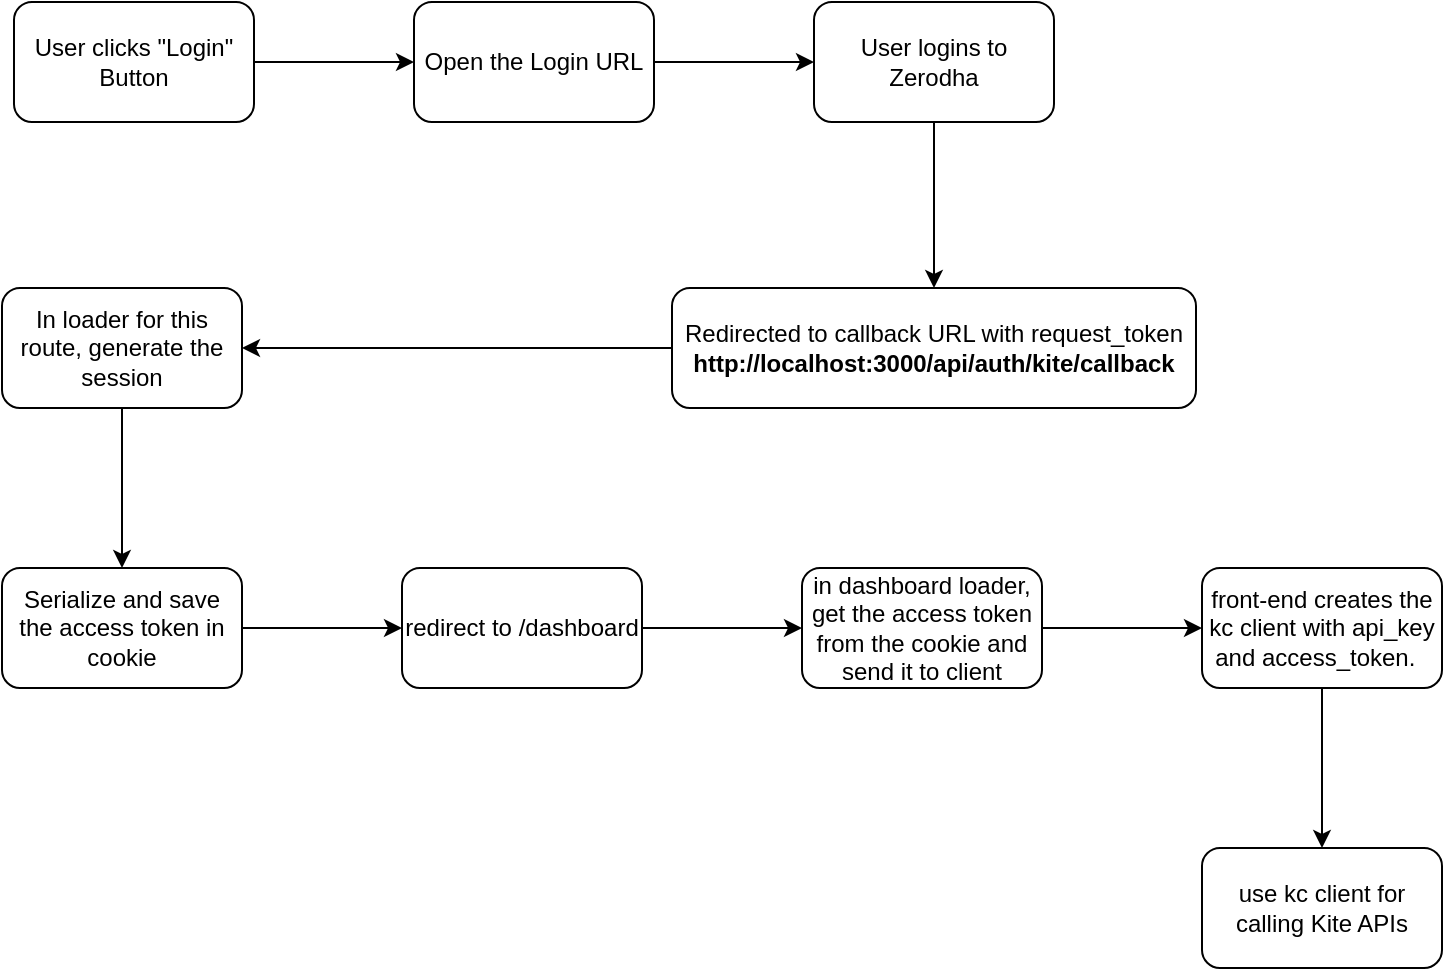
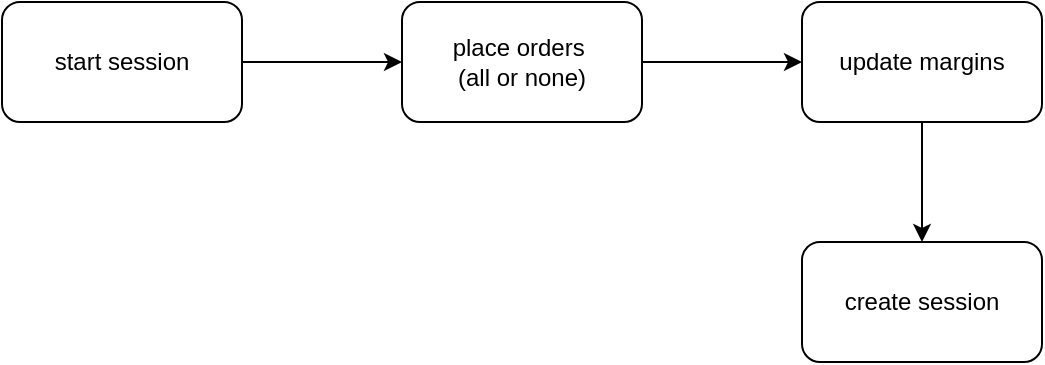
- <mxfile host="app.diagrams.net" pages="3">
+ <mxfile host="app.diagrams.net" pages="4">
+   <diagram id="YVkBlKKJ4RNEtawBKbZk" name="Session">
+     <mxGraphModel dx="1357" dy="626" grid="1" gridSize="10" guides="1" tooltips="1" connect="1" arrows="1" fold="1" page="0" pageScale="1" pageWidth="402" pageHeight="874" math="0" shadow="0">
+       <root>
+         <mxCell id="0" />
+         <mxCell id="1" parent="0" />
+         <mxCell id="b8iQl_XISdQ6rZ6kNcMQ-3" edge="1" parent="1" source="b8iQl_XISdQ6rZ6kNcMQ-1" style="edgeStyle=orthogonalEdgeStyle;rounded=0;orthogonalLoop=1;jettySize=auto;html=1;" target="b8iQl_XISdQ6rZ6kNcMQ-2" value="">
+           <mxGeometry relative="1" as="geometry" />
+         </mxCell>
+         <mxCell id="b8iQl_XISdQ6rZ6kNcMQ-1" parent="1" style="rounded=1;whiteSpace=wrap;html=1;" value="start session" vertex="1">
+           <mxGeometry height="60" width="120" x="-200" y="80" as="geometry" />
+         </mxCell>
+         <mxCell id="b8iQl_XISdQ6rZ6kNcMQ-5" edge="1" parent="1" source="b8iQl_XISdQ6rZ6kNcMQ-2" style="edgeStyle=orthogonalEdgeStyle;rounded=0;orthogonalLoop=1;jettySize=auto;html=1;" target="b8iQl_XISdQ6rZ6kNcMQ-4" value="">
+           <mxGeometry relative="1" as="geometry" />
+         </mxCell>
+         <mxCell id="b8iQl_XISdQ6rZ6kNcMQ-2" parent="1" style="whiteSpace=wrap;html=1;rounded=1;" value="place orders&amp;nbsp;&lt;br&gt;(all or none)" vertex="1">
+           <mxGeometry height="60" width="120" y="80" as="geometry" />
+         </mxCell>
+         <mxCell id="b8iQl_XISdQ6rZ6kNcMQ-7" edge="1" parent="1" source="b8iQl_XISdQ6rZ6kNcMQ-4" style="edgeStyle=orthogonalEdgeStyle;rounded=0;orthogonalLoop=1;jettySize=auto;html=1;" target="b8iQl_XISdQ6rZ6kNcMQ-6" value="">
+           <mxGeometry relative="1" as="geometry" />
+         </mxCell>
+         <mxCell id="b8iQl_XISdQ6rZ6kNcMQ-4" parent="1" style="whiteSpace=wrap;html=1;rounded=1;" value="update margins" vertex="1">
+           <mxGeometry height="60" width="120" x="200" y="80" as="geometry" />
+         </mxCell>
+         <mxCell id="b8iQl_XISdQ6rZ6kNcMQ-6" parent="1" style="whiteSpace=wrap;html=1;rounded=1;" value="create session" vertex="1">
+           <mxGeometry height="60" width="120" x="200" y="200" as="geometry" />
+         </mxCell>
+       </root>
+     </mxGraphModel>
+   </diagram>
  <diagram id="4KjMPYYtLXdBkkJX1B08" name="Auth">
    <mxGraphModel dx="1276" dy="835" grid="0" gridSize="10" guides="1" tooltips="1" connect="1" arrows="1" fold="1" page="0" pageScale="1" pageWidth="402" pageHeight="874" math="0" shadow="0">
      <root>
        <mxCell id="0" />
        <mxCell id="1" parent="0" />
        <mxCell id="pPH6oVQiPgVcm9OUePWL-3" edge="1" parent="1" source="pPH6oVQiPgVcm9OUePWL-1" style="edgeStyle=orthogonalEdgeStyle;rounded=0;orthogonalLoop=1;jettySize=auto;html=1;" target="pPH6oVQiPgVcm9OUePWL-2" value="">
          <mxGeometry relative="1" as="geometry" />
        </mxCell>
        <mxCell id="pPH6oVQiPgVcm9OUePWL-1" parent="1" style="rounded=1;whiteSpace=wrap;html=1;" value="User clicks &quot;Login&quot; Button" vertex="1">
          <mxGeometry height="60" width="120" x="23" y="101" as="geometry" />
        </mxCell>
        <mxCell id="pPH6oVQiPgVcm9OUePWL-5" edge="1" parent="1" source="pPH6oVQiPgVcm9OUePWL-2" style="edgeStyle=orthogonalEdgeStyle;rounded=0;orthogonalLoop=1;jettySize=auto;html=1;" target="pPH6oVQiPgVcm9OUePWL-4" value="">
          <mxGeometry relative="1" as="geometry" />
        </mxCell>
        <mxCell id="pPH6oVQiPgVcm9OUePWL-2" parent="1" style="whiteSpace=wrap;html=1;rounded=1;" value="Open the Login URL" vertex="1">
          <mxGeometry height="60" width="120" x="223" y="101" as="geometry" />
        </mxCell>
        <mxCell id="pPH6oVQiPgVcm9OUePWL-7" edge="1" parent="1" source="pPH6oVQiPgVcm9OUePWL-4" style="edgeStyle=orthogonalEdgeStyle;rounded=0;orthogonalLoop=1;jettySize=auto;html=1;" target="pPH6oVQiPgVcm9OUePWL-6" value="">
          <mxGeometry relative="1" as="geometry" />
        </mxCell>
        <mxCell id="pPH6oVQiPgVcm9OUePWL-4" parent="1" style="whiteSpace=wrap;html=1;rounded=1;" value="User logins to Zerodha" vertex="1">
          <mxGeometry height="60" width="120" x="423" y="101" as="geometry" />
        </mxCell>
        <mxCell id="pPH6oVQiPgVcm9OUePWL-9" edge="1" parent="1" source="pPH6oVQiPgVcm9OUePWL-6" style="edgeStyle=orthogonalEdgeStyle;rounded=0;orthogonalLoop=1;jettySize=auto;html=1;" target="pPH6oVQiPgVcm9OUePWL-8" value="">
          <mxGeometry relative="1" as="geometry" />
        </mxCell>
        <mxCell id="pPH6oVQiPgVcm9OUePWL-6" parent="1" style="whiteSpace=wrap;html=1;rounded=1;" value="Redirected to callback URL with request_token&lt;br&gt;&lt;b&gt;http://localhost:3000/api/auth/kite/callback&lt;/b&gt;" vertex="1">
          <mxGeometry height="60" width="262" x="352" y="244" as="geometry" />
        </mxCell>
        <mxCell id="pPH6oVQiPgVcm9OUePWL-13" edge="1" parent="1" source="pPH6oVQiPgVcm9OUePWL-8" style="edgeStyle=orthogonalEdgeStyle;rounded=0;orthogonalLoop=1;jettySize=auto;html=1;" target="pPH6oVQiPgVcm9OUePWL-12" value="">
          <mxGeometry relative="1" as="geometry" />
        </mxCell>
        <mxCell id="pPH6oVQiPgVcm9OUePWL-8" parent="1" style="whiteSpace=wrap;html=1;rounded=1;" value="In loader for this route, generate the session" vertex="1">
          <mxGeometry height="60" width="120" x="17" y="244" as="geometry" />
        </mxCell>
        <mxCell id="pPH6oVQiPgVcm9OUePWL-15" edge="1" parent="1" source="pPH6oVQiPgVcm9OUePWL-12" style="edgeStyle=orthogonalEdgeStyle;rounded=0;orthogonalLoop=1;jettySize=auto;html=1;" target="pPH6oVQiPgVcm9OUePWL-14" value="">
          <mxGeometry relative="1" as="geometry" />
        </mxCell>
        <mxCell id="pPH6oVQiPgVcm9OUePWL-12" parent="1" style="whiteSpace=wrap;html=1;rounded=1;" value="Serialize and save the access token in cookie" vertex="1">
          <mxGeometry height="60" width="120" x="17" y="384" as="geometry" />
        </mxCell>
        <mxCell id="pPH6oVQiPgVcm9OUePWL-17" edge="1" parent="1" source="pPH6oVQiPgVcm9OUePWL-14" style="edgeStyle=orthogonalEdgeStyle;rounded=0;orthogonalLoop=1;jettySize=auto;html=1;" target="pPH6oVQiPgVcm9OUePWL-16" value="">
          <mxGeometry relative="1" as="geometry" />
        </mxCell>
        <mxCell id="pPH6oVQiPgVcm9OUePWL-14" parent="1" style="whiteSpace=wrap;html=1;rounded=1;" value="redirect to /dashboard" vertex="1">
          <mxGeometry height="60" width="120" x="217" y="384" as="geometry" />
        </mxCell>
        <mxCell id="pPH6oVQiPgVcm9OUePWL-19" edge="1" parent="1" source="pPH6oVQiPgVcm9OUePWL-16" style="edgeStyle=orthogonalEdgeStyle;rounded=0;orthogonalLoop=1;jettySize=auto;html=1;" target="pPH6oVQiPgVcm9OUePWL-18" value="">
          <mxGeometry relative="1" as="geometry" />
        </mxCell>
        <mxCell id="pPH6oVQiPgVcm9OUePWL-16" parent="1" style="whiteSpace=wrap;html=1;rounded=1;" value="in dashboard loader, get the access token from the cookie and send it to client" vertex="1">
          <mxGeometry height="60" width="120" x="417" y="384" as="geometry" />
        </mxCell>
        <mxCell id="pPH6oVQiPgVcm9OUePWL-21" edge="1" parent="1" source="pPH6oVQiPgVcm9OUePWL-18" style="edgeStyle=orthogonalEdgeStyle;rounded=0;orthogonalLoop=1;jettySize=auto;html=1;" target="pPH6oVQiPgVcm9OUePWL-20" value="">
          <mxGeometry relative="1" as="geometry" />
        </mxCell>
        <mxCell id="pPH6oVQiPgVcm9OUePWL-18" parent="1" style="whiteSpace=wrap;html=1;rounded=1;" value="front-end creates the kc client with api_key and access_token.&amp;nbsp;&amp;nbsp;" vertex="1">
          <mxGeometry height="60" width="120" x="617" y="384" as="geometry" />
        </mxCell>
        <mxCell id="pPH6oVQiPgVcm9OUePWL-20" parent="1" style="whiteSpace=wrap;html=1;rounded=1;" value="use kc client for calling Kite APIs" vertex="1">
          <mxGeometry height="60" width="120" x="617" y="524" as="geometry" />
        </mxCell>
      </root>
    </mxGraphModel>
  </diagram>
  <diagram name="UI/UX" id="5MV4RERJIjpIYta4IkZD">
    <mxGraphModel dx="3134" dy="2189" grid="0" gridSize="10" guides="1" tooltips="1" connect="1" arrows="1" fold="1" page="0" pageScale="1" pageWidth="402" pageHeight="874" background="#ffffff" math="0" shadow="0">
      <root>
        <mxCell id="0" />
        <mxCell id="1" parent="0" />
        <mxCell id="ExlUUjPYo0Ii6ma58Pc_-14" parent="1" style="rounded=1;whiteSpace=wrap;html=1;" value="" vertex="1">
          <mxGeometry height="321" width="1097" x="-296" y="-20" as="geometry" />
        </mxCell>
        <mxCell id="ExlUUjPYo0Ii6ma58Pc_-13" parent="1" style="rounded=1;whiteSpace=wrap;html=1;" value="" vertex="1">
          <mxGeometry height="321" width="1097" x="-287" y="732" as="geometry" />
        </mxCell>
        <mxCell id="iMmVTYed4h1aN_pzg3ix-1" parent="1" style="text;html=1;whiteSpace=wrap;strokeColor=none;fillColor=none;align=center;verticalAlign=middle;rounded=0;fontStyle=1;fontSize=48;fontColor=light-dark(#7a7978, #ededed);" value="Net Qty." vertex="1">
          <mxGeometry height="59" width="60" x="-120" y="72" as="geometry" />
        </mxCell>
        <mxCell id="iMmVTYed4h1aN_pzg3ix-2" parent="1" style="text;html=1;whiteSpace=wrap;strokeColor=none;fillColor=none;align=center;verticalAlign=middle;rounded=0;fontStyle=1;fontSize=48;fontColor=light-dark(#7a7978, #ededed);" value="AVG. PRICE" vertex="1">
          <mxGeometry height="59" width="60" x="149" y="61" as="geometry" />
        </mxCell>
        <mxCell id="iMmVTYed4h1aN_pzg3ix-3" parent="1" style="text;html=1;whiteSpace=wrap;strokeColor=none;fillColor=none;align=center;verticalAlign=middle;rounded=0;fontStyle=1;fontSize=48;fontColor=light-dark(#7a7978, #ededed);" value="LTP" vertex="1">
          <mxGeometry height="59" width="60" x="418" y="61" as="geometry" />
        </mxCell>
        <mxCell id="iMmVTYed4h1aN_pzg3ix-4" parent="1" style="text;html=1;whiteSpace=wrap;strokeColor=none;fillColor=none;align=center;verticalAlign=middle;rounded=0;fontStyle=1;fontSize=48;fontColor=light-dark(#7a7978, #ededed);" value="PnL" vertex="1">
          <mxGeometry height="59" width="60" x="687" y="61" as="geometry" />
        </mxCell>
        <mxCell id="iMmVTYed4h1aN_pzg3ix-5" parent="1" style="text;html=1;whiteSpace=wrap;strokeColor=none;fillColor=none;align=center;verticalAlign=middle;rounded=0;fontSize=36;fontStyle=1" value="100" vertex="1">
          <mxGeometry height="30" width="60" x="-120" y="211" as="geometry" />
        </mxCell>
        <mxCell id="iMmVTYed4h1aN_pzg3ix-6" parent="1" style="text;html=1;whiteSpace=wrap;strokeColor=none;fillColor=none;align=center;verticalAlign=middle;rounded=0;fontSize=36;fontStyle=1" value="36.40" vertex="1">
          <mxGeometry height="30" width="60" x="149" y="211" as="geometry" />
        </mxCell>
        <mxCell id="iMmVTYed4h1aN_pzg3ix-7" parent="1" style="text;html=1;whiteSpace=wrap;strokeColor=none;fillColor=none;align=center;verticalAlign=middle;rounded=0;fontSize=36;fontStyle=1" value="37.45" vertex="1">
          <mxGeometry height="30" width="60" x="418" y="211" as="geometry" />
        </mxCell>
        <mxCell id="iMmVTYed4h1aN_pzg3ix-8" parent="1" style="text;html=1;whiteSpace=wrap;strokeColor=none;fillColor=none;align=center;verticalAlign=middle;rounded=0;fontSize=36;fontStyle=1" value="100" vertex="1">
          <mxGeometry height="30" width="60" x="687" y="211" as="geometry" />
        </mxCell>
        <mxCell id="7si3vGMUa6yKKs87A3T9-2" edge="1" parent="1" source="7si3vGMUa6yKKs87A3T9-1" style="edgeStyle=orthogonalEdgeStyle;rounded=0;orthogonalLoop=1;jettySize=auto;html=1;exitX=0.5;exitY=0;exitDx=0;exitDy=0;entryX=0;entryY=0.5;entryDx=0;entryDy=0;" target="iMmVTYed4h1aN_pzg3ix-5">
          <mxGeometry relative="1" as="geometry">
            <Array as="points">
              <mxPoint x="-283" y="227" />
              <mxPoint x="-139" y="227" />
            </Array>
            <mxPoint x="-139.09090909090924" y="259.27272727272725" as="targetPoint" />
          </mxGeometry>
        </mxCell>
        <mxCell id="7si3vGMUa6yKKs87A3T9-1" parent="1" style="text;html=1;whiteSpace=wrap;strokeColor=none;fillColor=none;align=center;verticalAlign=middle;rounded=0;fontStyle=1" value="Red color if negative, blue color if positive" vertex="1">
          <mxGeometry height="70" width="129" x="-347" y="453" as="geometry" />
        </mxCell>
        <mxCell id="7si3vGMUa6yKKs87A3T9-4" edge="1" parent="1" source="7si3vGMUa6yKKs87A3T9-3" style="edgeStyle=orthogonalEdgeStyle;rounded=0;orthogonalLoop=1;jettySize=auto;html=1;entryX=0.5;entryY=1;entryDx=0;entryDy=0;" target="iMmVTYed4h1aN_pzg3ix-8">
          <mxGeometry relative="1" as="geometry" />
        </mxCell>
        <mxCell id="7si3vGMUa6yKKs87A3T9-3" parent="1" style="text;html=1;whiteSpace=wrap;strokeColor=none;fillColor=none;align=center;verticalAlign=middle;rounded=0;fontStyle=1" value="Red color if negative, blue color if positive" vertex="1">
          <mxGeometry height="70" width="129" x="681" y="398" as="geometry" />
        </mxCell>
        <mxCell id="7si3vGMUa6yKKs87A3T9-5" parent="1" style="text;html=1;whiteSpace=wrap;strokeColor=none;fillColor=none;align=center;verticalAlign=middle;rounded=0;" value="Will receive the following props:&lt;br&gt;netQuantity: number;&lt;br&gt;&lt;div&gt;averagePrice: number&lt;/div&gt;&lt;div&gt;ltp: number;&lt;/div&gt;" vertex="1">
          <mxGeometry height="101" width="203" x="-25" y="355" as="geometry" />
        </mxCell>
        <mxCell id="7si3vGMUa6yKKs87A3T9-6" parent="1" style="text;html=1;whiteSpace=wrap;strokeColor=none;fillColor=none;align=center;verticalAlign=middle;rounded=0;" value="PnL needs to be calculated by the component" vertex="1">
          <mxGeometry height="101" width="203" x="-21" y="482" as="geometry" />
        </mxCell>
        <mxCell id="7si3vGMUa6yKKs87A3T9-7" parent="1" style="text;html=1;whiteSpace=wrap;strokeColor=none;fillColor=none;align=center;verticalAlign=middle;rounded=0;fontStyle=1;fontSize=48;fontColor=light-dark(#7a7978, #ededed);" value="Net Qty." vertex="1">
          <mxGeometry height="59" width="60" x="-186" y="816" as="geometry" />
        </mxCell>
        <mxCell id="7si3vGMUa6yKKs87A3T9-8" parent="1" style="text;html=1;whiteSpace=wrap;strokeColor=none;fillColor=none;align=center;verticalAlign=middle;rounded=0;fontStyle=1;fontSize=48;fontColor=light-dark(#7a7978, #ededed);" value="AVG. PRICE" vertex="1">
          <mxGeometry height="59" width="60" x="83" y="805" as="geometry" />
        </mxCell>
        <mxCell id="7si3vGMUa6yKKs87A3T9-9" parent="1" style="text;html=1;whiteSpace=wrap;strokeColor=none;fillColor=none;align=center;verticalAlign=middle;rounded=0;fontStyle=1;fontSize=48;fontColor=light-dark(#7a7978, #ededed);" value="LTP" vertex="1">
          <mxGeometry height="59" width="60" x="352" y="805" as="geometry" />
        </mxCell>
        <mxCell id="7si3vGMUa6yKKs87A3T9-10" parent="1" style="text;html=1;whiteSpace=wrap;strokeColor=none;fillColor=none;align=center;verticalAlign=middle;rounded=0;fontStyle=1;fontSize=48;fontColor=light-dark(#7a7978, #ededed);" value="PnL" vertex="1">
          <mxGeometry height="59" width="60" x="621" y="805" as="geometry" />
        </mxCell>
        <mxCell id="7si3vGMUa6yKKs87A3T9-11" parent="1" style="text;html=1;whiteSpace=wrap;strokeColor=none;fillColor=none;align=center;verticalAlign=middle;rounded=0;fontSize=18;fontStyle=1" value="{props.netQuantity}" vertex="1">
          <mxGeometry height="30" width="60" x="-186" y="955" as="geometry" />
        </mxCell>
        <mxCell id="7si3vGMUa6yKKs87A3T9-12" parent="1" style="text;html=1;whiteSpace=wrap;strokeColor=none;fillColor=none;align=center;verticalAlign=middle;rounded=0;fontSize=18;fontStyle=1" value="&lt;div&gt;{props.averagePrice}&lt;/div&gt;" vertex="1">
          <mxGeometry height="30" width="60" x="83" y="955" as="geometry" />
        </mxCell>
        <mxCell id="7si3vGMUa6yKKs87A3T9-13" parent="1" style="text;html=1;whiteSpace=wrap;strokeColor=none;fillColor=none;align=center;verticalAlign=middle;rounded=0;fontSize=18;fontStyle=1" value="{props.ltp}" vertex="1">
          <mxGeometry height="30" width="60" x="352" y="955" as="geometry" />
        </mxCell>
        <mxCell id="7si3vGMUa6yKKs87A3T9-14" parent="1" style="text;html=1;whiteSpace=wrap;strokeColor=none;fillColor=none;align=center;verticalAlign=middle;rounded=0;fontSize=18;fontStyle=1" value="{pnl}" vertex="1">
          <mxGeometry height="30" width="60" x="621" y="955" as="geometry" />
        </mxCell>
        <mxCell id="ExlUUjPYo0Ii6ma58Pc_-1" parent="1" style="rounded=1;whiteSpace=wrap;html=1;" value="" vertex="1">
          <mxGeometry height="321" width="1253" x="-202" y="1234" as="geometry" />
        </mxCell>
        <mxCell id="ExlUUjPYo0Ii6ma58Pc_-2" parent="1" style="text;html=1;whiteSpace=wrap;strokeColor=none;fillColor=none;align=center;verticalAlign=middle;rounded=0;fontStyle=1;fontSize=48;fontColor=light-dark(#7a7978, #ededed);" value="Total Margin" vertex="1">
          <mxGeometry height="59" width="168" x="-154" y="1292" as="geometry" />
        </mxCell>
        <mxCell id="ExlUUjPYo0Ii6ma58Pc_-3" parent="1" style="text;html=1;whiteSpace=wrap;strokeColor=none;fillColor=none;align=center;verticalAlign=middle;rounded=0;fontStyle=1;fontSize=48;fontColor=light-dark(#7a7978, #ededed);" value="Utilized Margin" vertex="1">
          <mxGeometry height="59" width="168" x="330" y="1295" as="geometry" />
        </mxCell>
        <mxCell id="ExlUUjPYo0Ii6ma58Pc_-4" parent="1" style="text;html=1;whiteSpace=wrap;strokeColor=none;fillColor=none;align=center;verticalAlign=middle;rounded=0;fontStyle=1;fontSize=48;fontColor=light-dark(#7a7978, #ededed);" value="Net Margin" vertex="1">
          <mxGeometry height="59" width="168" x="813" y="1289" as="geometry" />
        </mxCell>
        <mxCell id="ExlUUjPYo0Ii6ma58Pc_-5" parent="1" style="text;html=1;whiteSpace=wrap;strokeColor=none;fillColor=none;align=center;verticalAlign=middle;rounded=0;fontSize=42;" value="₹2000" vertex="1">
          <mxGeometry height="30" width="60" x="-100" y="1412" as="geometry" />
        </mxCell>
        <mxCell id="ExlUUjPYo0Ii6ma58Pc_-7" parent="1" style="text;html=1;whiteSpace=wrap;strokeColor=none;fillColor=none;align=center;verticalAlign=middle;rounded=0;fontSize=42;" value="₹200" vertex="1">
          <mxGeometry height="30" width="60" x="384" y="1412" as="geometry" />
        </mxCell>
        <mxCell id="ExlUUjPYo0Ii6ma58Pc_-8" parent="1" style="text;html=1;whiteSpace=wrap;strokeColor=none;fillColor=none;align=center;verticalAlign=middle;rounded=0;fontSize=42;" value="₹1800" vertex="1">
          <mxGeometry height="30" width="60" x="867" y="1412" as="geometry" />
        </mxCell>
        <mxCell id="ExlUUjPYo0Ii6ma58Pc_-9" parent="1" style="html=1;shadow=0;dashed=0;shape=mxgraph.bootstrap.rrect;rSize=5;fillColor=#E9ECEF;strokeColor=none;" value="" vertex="1">
          <mxGeometry height="20" width="800" x="24.5" y="1507" as="geometry" />
        </mxCell>
        <mxCell id="ExlUUjPYo0Ii6ma58Pc_-10" parent="ExlUUjPYo0Ii6ma58Pc_-9" style="html=1;shadow=0;dashed=0;shape=mxgraph.bootstrap.leftButton;rSize=5;fillColor=#1CA5B8;strokeColor=none;resizeHeight=1;" value="" vertex="1">
          <mxGeometry height="20" relative="1" width="250" as="geometry" />
        </mxCell>
        <mxCell id="ExlUUjPYo0Ii6ma58Pc_-11" parent="1" style="text;html=1;whiteSpace=wrap;strokeColor=none;fillColor=none;align=center;verticalAlign=middle;rounded=0;fontSize=24;" value="The max value on the progress bar is the total margin and the filled in part is the utilized margin" vertex="1">
          <mxGeometry height="92" width="269" x="175" y="1620" as="geometry" />
        </mxCell>
        <mxCell id="ExlUUjPYo0Ii6ma58Pc_-12" edge="1" parent="1" source="ExlUUjPYo0Ii6ma58Pc_-11" style="edgeStyle=orthogonalEdgeStyle;rounded=0;orthogonalLoop=1;jettySize=auto;html=1;exitX=0.5;exitY=0;exitDx=0;exitDy=0;entryX=0.412;entryY=0.999;entryDx=0;entryDy=0;entryPerimeter=0;" target="ExlUUjPYo0Ii6ma58Pc_-1">
          <mxGeometry relative="1" as="geometry" />
        </mxCell>
      </root>
    </mxGraphModel>
  </diagram>
  <diagram id="dmkDPsUycKQvBsQ4H3Di" name="Kite-Fly-Ticker-Architecture">
    <mxGraphModel dx="1357" dy="626" grid="0" gridSize="10" guides="1" tooltips="1" connect="1" arrows="1" fold="1" page="0" pageScale="1" pageWidth="402" pageHeight="874" math="0" shadow="0">
      <root>
        <mxCell id="0" />
        <mxCell id="1" parent="0" />
        <mxCell id="FDZGNOtkY16CQce4NqAR-3" edge="1" parent="1" source="FDZGNOtkY16CQce4NqAR-1" style="edgeStyle=orthogonalEdgeStyle;rounded=0;orthogonalLoop=1;jettySize=auto;html=1;" target="FDZGNOtkY16CQce4NqAR-2" value="">
          <mxGeometry relative="1" as="geometry" />
        </mxCell>
        <mxCell id="FDZGNOtkY16CQce4NqAR-1" parent="1" style="rounded=1;whiteSpace=wrap;html=1;" value="Client posts a request - for example:&lt;br&gt;&lt;div&gt;&lt;br&gt;&lt;/div&gt;&lt;br&gt;&lt;div&gt;fetch(&quot;http://localhost:3000/api/ltp&quot;, () =&amp;gt; {&lt;/div&gt;&lt;div&gt;method: &quot;POST&quot;,&lt;/div&gt;&lt;div&gt;body: JSON.stringify({&lt;/div&gt;&lt;div&gt;instrument: &quot;WIPRO&quot;,&lt;br&gt;ltp: 128.10&lt;/div&gt;&lt;div&gt;})&lt;/div&gt;&lt;div&gt;})&lt;br&gt;&lt;br&gt;The call is made from another site - for ex. https://kite.zerodha.com&lt;/div&gt;" vertex="1">
          <mxGeometry height="236" width="345" x="-33" y="45" as="geometry" />
        </mxCell>
        <mxCell id="FDZGNOtkY16CQce4NqAR-5" edge="1" parent="1" source="FDZGNOtkY16CQce4NqAR-2" style="edgeStyle=orthogonalEdgeStyle;rounded=0;orthogonalLoop=1;jettySize=auto;html=1;" target="FDZGNOtkY16CQce4NqAR-4" value="">
          <mxGeometry relative="1" as="geometry" />
        </mxCell>
        <mxCell id="FDZGNOtkY16CQce4NqAR-2" parent="1" style="whiteSpace=wrap;html=1;rounded=1;" value="SERVER" vertex="1">
          <mxGeometry height="60" width="120" x="504.5" y="98.5" as="geometry" />
        </mxCell>
        <mxCell id="FDZGNOtkY16CQce4NqAR-8" edge="1" parent="1" source="FDZGNOtkY16CQce4NqAR-4" style="edgeStyle=orthogonalEdgeStyle;rounded=0;orthogonalLoop=1;jettySize=auto;html=1;exitX=0.75;exitY=1;exitDx=0;exitDy=0;entryX=1;entryY=0.75;entryDx=0;entryDy=0;" target="FDZGNOtkY16CQce4NqAR-6">
          <mxGeometry relative="1" as="geometry" />
        </mxCell>
        <mxCell id="FDZGNOtkY16CQce4NqAR-4" parent="1" style="whiteSpace=wrap;html=1;rounded=1;" value="Websocket" vertex="1">
          <mxGeometry height="60" width="120" x="504.5" y="265" as="geometry" />
        </mxCell>
        <mxCell id="FDZGNOtkY16CQce4NqAR-7" edge="1" parent="1" source="FDZGNOtkY16CQce4NqAR-6" style="edgeStyle=orthogonalEdgeStyle;rounded=0;orthogonalLoop=1;jettySize=auto;html=1;entryX=0.5;entryY=1;entryDx=0;entryDy=0;" target="FDZGNOtkY16CQce4NqAR-4">
          <mxGeometry relative="1" as="geometry" />
        </mxCell>
        <mxCell id="FDZGNOtkY16CQce4NqAR-6" parent="1" style="rounded=1;whiteSpace=wrap;html=1;" value="On another client,&lt;div&gt;new Websocket()&lt;/div&gt;// receive the data which is sent from /api/ltp" vertex="1">
          <mxGeometry height="167" width="345" x="1" y="392" as="geometry" />
        </mxCell>
      </root>
    </mxGraphModel>
  </diagram>
</mxfile>
